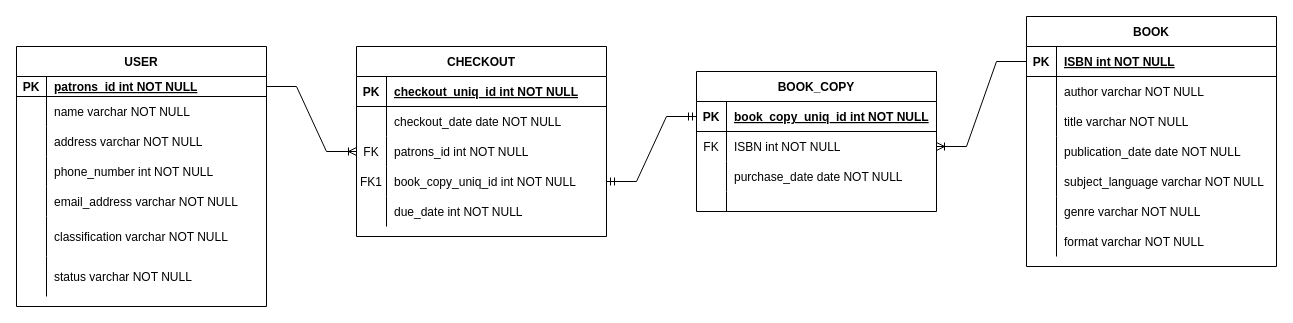
This is Untitled Diagram.drawio from JaikishanMK0701/Projects, a draw.io file, before an edit. Source tidied: cells renumbered, new cells numbered last; positions are measured from the earlier drawing's top-left corner, leaving out a move shared by most shapes. Both pictures are drawn from the tidied source at 100%, with x=0, y=0 at pixel (16, 16).
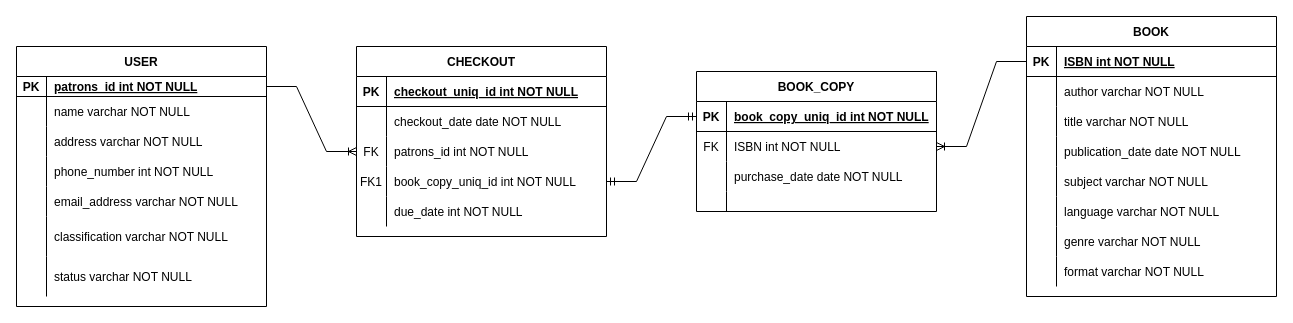
The same page after the edit.

Unchanged cells that the change refers to:
```xml
<mxCell id="28" style="shape=partialRectangle;fillColor=none;top=0;left=0;right=0;bottom=0;" parent="15" vertex="1">
  <mxGeometry y="150" width="250" height="30" as="geometry" />
</mxCell>
```

Diff of the diagram source:
```diff
@@
     <mxCell id="15" value="BOOK" style="shape=table;startSize=30;childLayout=tableLayout;rowLines=0;fontStyle=1;align=center;" parent="1" vertex="1">
-      <mxGeometry x="1010" width="250" height="250" as="geometry" />
+      <mxGeometry x="1010" width="250" height="280" as="geometry" />
     </mxCell>
@@
-    <mxCell id="30" value="subject_language varchar NOT NULL" style="shape=partialRectangle;overflow=hidden;fillColor=none;top=0;left=0;bottom=0;right=0;align=left;spacingLeft=6;" parent="28" vertex="1">
+    <mxCell id="30" value="subject varchar NOT NULL" style="shape=partialRectangle;overflow=hidden;fillColor=none;top=0;left=0;bottom=0;right=0;align=left;spacingLeft=6;" parent="28" vertex="1">
       <mxGeometry x="30" width="220" height="30" as="geometry" />
     </mxCell>
+    <mxCell id="78" style="shape=partialRectangle;fillColor=none;top=0;left=0;right=0;bottom=0;" parent="15" vertex="1">
+      <mxGeometry y="180" width="250" height="30" as="geometry" />
+    </mxCell>
+    <mxCell id="79" style="shape=partialRectangle;overflow=hidden;fillColor=none;top=0;left=0;bottom=0;right=0;" parent="78" vertex="1">
+      <mxGeometry width="30" height="30" as="geometry" />
+    </mxCell>
+    <mxCell id="80" value="language varchar NOT NULL" style="shape=partialRectangle;overflow=hidden;fillColor=none;top=0;left=0;bottom=0;right=0;align=left;spacingLeft=6;" parent="78" vertex="1">
+      <mxGeometry x="30" width="220" height="30" as="geometry" />
+    </mxCell>
     <mxCell id="31" style="shape=partialRectangle;fillColor=none;top=0;left=0;right=0;bottom=0;" parent="15" vertex="1">
-      <mxGeometry y="180" width="250" height="30" as="geometry" />
+      <mxGeometry y="210" width="250" height="30" as="geometry" />
     </mxCell>
@@
     <mxCell id="34" style="shape=partialRectangle;fillColor=none;top=0;left=0;right=0;bottom=0;" parent="15" vertex="1">
-      <mxGeometry y="210" width="250" height="30" as="geometry" />
+      <mxGeometry y="240" width="250" height="30" as="geometry" />
     </mxCell>
```
